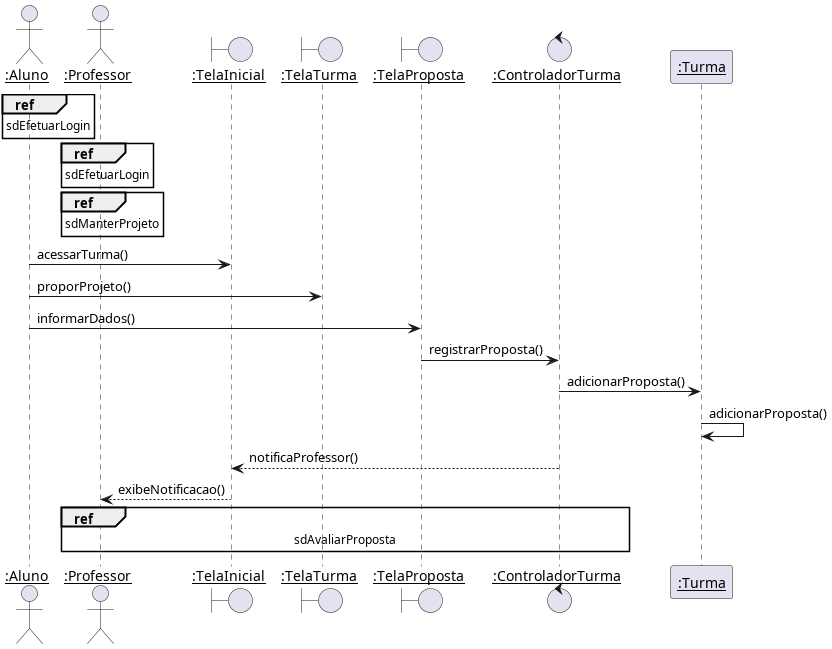
Before: diagramas/sequencia/propor_projeto.png, a diagram exported from PlantUML (Pedro-V/projetorium). Its diagram source:
```plantuml
@startuml
skinparam sequenceParticipant underline

actor ":Aluno" as Aluno
actor ":Professor" as Professor
boundary ":TelaInicial" as TelaInicial
boundary ":TelaTurma" as TelaTurma
boundary ":TelaProposta" as TelaProposta
control ":ControladorTurma" as ControladorTurma
participant ":Turma" as Turma

ref over Aluno : sdEfetuarLogin
ref over Professor : sdEfetuarLogin
ref over Professor : sdManterProjeto

Aluno -> TelaInicial : acessarTurma()
Aluno -> TelaTurma : proporProjeto()
Aluno -> TelaProposta : informarDados()

TelaProposta -> ControladorTurma : registrarProposta()
ControladorTurma -> Turma : adicionarProposta()
Turma -> Turma : adicionarProposta()
ControladorTurma --> TelaInicial : notificaProfessor()
TelaInicial --> Professor : exibeNotificacao()

ref over Professor, ControladorTurma : sdAvaliarProposta
@enduml
```
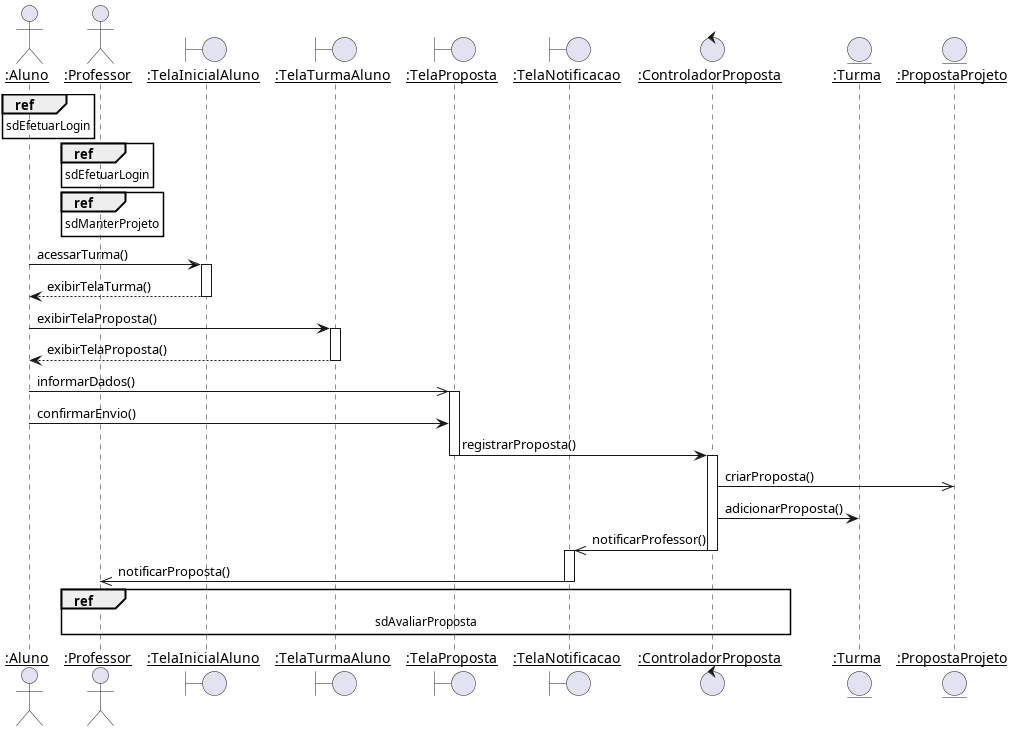
Later version of the same file.

Diff of the diagram source:
```diff
@@ -3,25 +3,30 @@
 
 actor ":Aluno" as Aluno
 actor ":Professor" as Professor
-boundary ":TelaInicial" as TelaInicial
-boundary ":TelaTurma" as TelaTurma
+boundary ":TelaInicialAluno" as TelaInicialAluno
+boundary ":TelaTurmaAluno" as TelaTurmaAluno
 boundary ":TelaProposta" as TelaProposta
-control ":ControladorTurma" as ControladorTurma
-participant ":Turma" as Turma
+boundary ":TelaNotificacao" as TelaNotificacao
+control ":ControladorProposta" as ControladorProposta
+entity ":Turma" as Turma
+entity ":PropostaProjeto" as PropostaProjeto
 
 ref over Aluno : sdEfetuarLogin
 ref over Professor : sdEfetuarLogin
 ref over Professor : sdManterProjeto
 
-Aluno -> TelaInicial : acessarTurma()
-Aluno -> TelaTurma : proporProjeto()
-Aluno -> TelaProposta : informarDados()
+Aluno -> TelaInicialAluno ++: acessarTurma()
+TelaInicialAluno --> Aluno --: exibirTelaTurma()
+Aluno -> TelaTurmaAluno ++: exibirTelaProposta()
+TelaTurmaAluno --> Aluno --: exibirTelaProposta()
+Aluno ->> TelaProposta ++: informarDados()
+Aluno -> TelaProposta : confirmarEnvio()
 
-TelaProposta -> ControladorTurma : registrarProposta()
-ControladorTurma -> Turma : adicionarProposta()
-Turma -> Turma : adicionarProposta()
-ControladorTurma --> TelaInicial : notificaProfessor()
-TelaInicial --> Professor : exibeNotificacao()
+TelaProposta -> ControladorProposta --++: registrarProposta()
+ControladorProposta ->> PropostaProjeto : criarProposta()
+ControladorProposta -> Turma : adicionarProposta()
+ControladorProposta ->> TelaNotificacao --++: notificarProfessor()
+TelaNotificacao ->> Professor --: notificarProposta()
 
-ref over Professor, ControladorTurma : sdAvaliarProposta
+ref over Professor, ControladorProposta : sdAvaliarProposta
 @enduml
```
